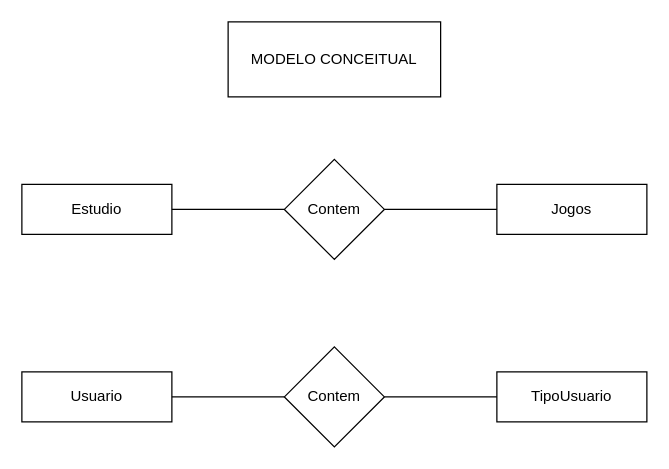
The draw.io diagram page "ModeloConceitual" (1 of 2) of Modelagem/ModeloConceitual/ModeloConceitual_Jogos.drawio in carloshenriquefs/ProjetoSENAI---Jogos, before the edit. Source tidied: cells renumbered, new cells numbered last; positions are measured from the earlier drawing's top-left corner, leaving out a move shared by most shapes. Both pictures are drawn from the tidied source at 125%, with x=0, y=0 at pixel (21, 21).
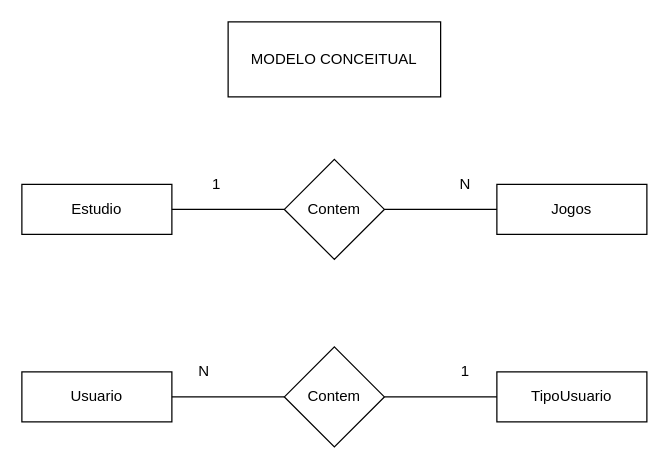
After the change.

Diff of the diagram source:
```diff
@@
 <mxGraphModel>
   <root>
     <mxCell id="0" />
     <mxCell id="1" parent="0" />
     <mxCell id="2" value="Estudio" style="rounded=0;whiteSpace=wrap;html=1;" parent="1" vertex="1">
       <mxGeometry y="130" width="120" height="40" as="geometry" />
     </mxCell>
     <mxCell id="3" value="Contem" style="rhombus;whiteSpace=wrap;html=1;" parent="1" vertex="1">
       <mxGeometry x="210" y="110" width="80" height="80" as="geometry" />
     </mxCell>
     <mxCell id="4" value="Jogos" style="rounded=0;whiteSpace=wrap;html=1;" parent="1" vertex="1">
       <mxGeometry x="380" y="130" width="120" height="40" as="geometry" />
     </mxCell>
     <mxCell id="5" value="TipoUsuario" style="rounded=0;whiteSpace=wrap;html=1;" parent="1" vertex="1">
       <mxGeometry x="380" y="280" width="120" height="40" as="geometry" />
     </mxCell>
     <mxCell id="6" value="Contem" style="rhombus;whiteSpace=wrap;html=1;" parent="1" vertex="1">
       <mxGeometry x="210" y="260" width="80" height="80" as="geometry" />
     </mxCell>
     <mxCell id="7" value="Usuario" style="rounded=0;whiteSpace=wrap;html=1;" parent="1" vertex="1">
       <mxGeometry y="280" width="120" height="40" as="geometry" />
     </mxCell>
     <mxCell id="8" style="endArrow=none;html=1;entryX=0;entryY=0.5;entryDx=0;entryDy=0;exitX=1;exitY=0.5;exitDx=0;exitDy=0;" parent="1" edge="1" source="2" target="3">
       <mxGeometry relative="1" as="geometry" />
     </mxCell>
     <mxCell id="9" style="endArrow=none;html=1;entryX=0;entryY=0.5;entryDx=0;entryDy=0;exitX=1;exitY=0.5;exitDx=0;exitDy=0;" parent="1" edge="1" source="3" target="4">
       <mxGeometry relative="1" as="geometry" />
     </mxCell>
     <mxCell id="10" style="endArrow=none;html=1;exitX=1;exitY=0.5;exitDx=0;exitDy=0;entryX=0;entryY=0.5;entryDx=0;entryDy=0;" parent="1" edge="1" source="7" target="6">
       <mxGeometry relative="1" as="geometry" />
     </mxCell>
     <mxCell id="11" style="endArrow=none;html=1;exitX=1;exitY=0.5;exitDx=0;exitDy=0;entryX=0;entryY=0.5;entryDx=0;entryDy=0;" parent="1" edge="1" source="6" target="5">
       <mxGeometry relative="1" as="geometry" />
     </mxCell>
     <mxCell id="12" value="MODELO CONCEITUAL" style="rounded=0;whiteSpace=wrap;html=1;" parent="1" vertex="1">
       <mxGeometry x="165" width="170" height="60" as="geometry" />
     </mxCell>
+    <mxCell id="13" value="1" style="text;html=1;strokeColor=none;fillColor=none;align=center;verticalAlign=middle;whiteSpace=wrap;rounded=0;" parent="1" vertex="1">
+      <mxGeometry x="136" y="120" width="40" height="20" as="geometry" />
+    </mxCell>
+    <mxCell id="14" value="N" style="text;html=1;strokeColor=none;fillColor=none;align=center;verticalAlign=middle;whiteSpace=wrap;rounded=0;" parent="1" vertex="1">
+      <mxGeometry x="335" y="120" width="40" height="20" as="geometry" />
+    </mxCell>
+    <mxCell id="15" value="N" style="text;html=1;strokeColor=none;fillColor=none;align=center;verticalAlign=middle;whiteSpace=wrap;rounded=0;" parent="1" vertex="1">
+      <mxGeometry x="126" y="270" width="40" height="20" as="geometry" />
+    </mxCell>
+    <mxCell id="16" value="1" style="text;html=1;strokeColor=none;fillColor=none;align=center;verticalAlign=middle;whiteSpace=wrap;rounded=0;" parent="1" vertex="1">
+      <mxGeometry x="335" y="270" width="40" height="20" as="geometry" />
+    </mxCell>
   </root>
 </mxGraphModel>
```
